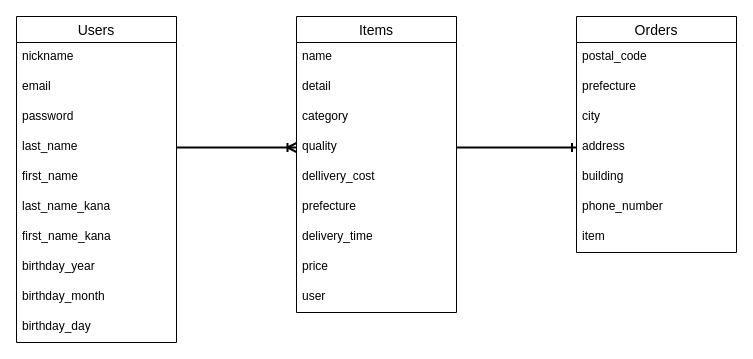
Above: ER.dio in Nuigu/furima-39534 (draw.io), before the change. Source tidied: cells renumbered, new cells numbered last; positions are measured from the earlier drawing's top-left corner, leaving out a move shared by most shapes. Both pictures are drawn from the tidied source at 100%, with x=0, y=0 at pixel (16, 16).
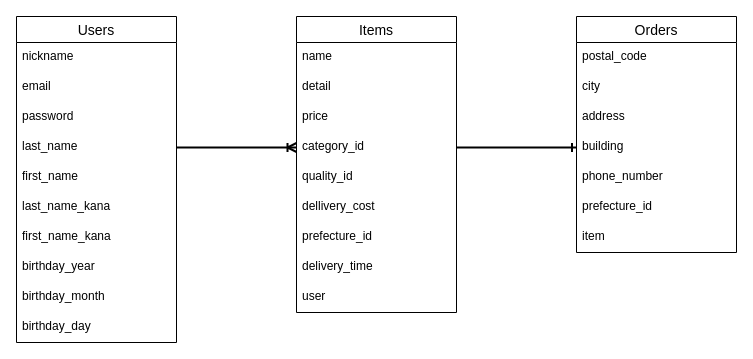
The same page after the edit.

The change refers to these unchanged cells:
```xml
<mxCell id="6" value="last_name" style="text;strokeColor=none;fillColor=none;spacingLeft=4;spacingRight=4;overflow=hidden;points=[[0,0.5],[1,0.5]];portConstraint=eastwest;fontSize=12;" parent="2" vertex="1">
  <mxGeometry y="116" width="160" height="30" as="geometry" />
</mxCell>
<mxCell id="13" value="Items" style="swimlane;fontStyle=0;horizontal=1;startSize=26;align=center;fontSize=14;" parent="1" vertex="1">
  <mxGeometry x="280" width="160" height="296" as="geometry" />
</mxCell>
<mxCell id="24" value="Orders" style="swimlane;fontStyle=0;horizontal=1;startSize=26;align=center;fontSize=14;" parent="1" vertex="1">
  <mxGeometry x="560" width="160" height="236" as="geometry" />
</mxCell>
```

The edit, as a diff of the source:
```diff
@@
+    <mxCell id="21" value="price" style="text;strokeColor=none;fillColor=none;spacingLeft=4;spacingRight=4;overflow=hidden;fontSize=12;" parent="13" vertex="1">
+      <mxGeometry y="86" width="160" height="30" as="geometry" />
+    </mxCell>
-    <mxCell id="16" value="category" style="text;strokeColor=none;fillColor=none;spacingLeft=4;spacingRight=4;overflow=hidden;points=[[0,0.5],[1,0.5]];portConstraint=eastwest;fontSize=12;" parent="13" vertex="1">
-      <mxGeometry y="86" width="160" height="30" as="geometry" />
+    <mxCell id="16" value="category_id" style="text;strokeColor=none;fillColor=none;spacingLeft=4;spacingRight=4;overflow=hidden;points=[[0,0.5],[1,0.5]];portConstraint=eastwest;fontSize=12;" parent="13" vertex="1">
+      <mxGeometry y="116" width="160" height="30" as="geometry" />
     </mxCell>
-    <mxCell id="17" value="quality" style="text;strokeColor=none;fillColor=none;spacingLeft=4;spacingRight=4;overflow=hidden;points=[[0,0.5],[1,0.5]];portConstraint=eastwest;fontSize=12;" parent="13" vertex="1">
-      <mxGeometry y="116" width="160" height="30" as="geometry" />
+    <mxCell id="17" value="quality_id" style="text;strokeColor=none;fillColor=none;spacingLeft=4;spacingRight=4;overflow=hidden;points=[[0,0.5],[1,0.5]];portConstraint=eastwest;fontSize=12;" parent="13" vertex="1">
+      <mxGeometry y="146" width="160" height="30" as="geometry" />
     </mxCell>
     <mxCell id="18" value="dellivery_cost" style="text;strokeColor=none;fillColor=none;spacingLeft=4;spacingRight=4;overflow=hidden;fontSize=12;" parent="13" vertex="1">
-      <mxGeometry y="146" width="160" height="30" as="geometry" />
+      <mxGeometry y="176" width="160" height="30" as="geometry" />
     </mxCell>
-    <mxCell id="19" value="prefecture" style="text;strokeColor=none;fillColor=none;spacingLeft=4;spacingRight=4;overflow=hidden;fontSize=12;" parent="13" vertex="1">
-      <mxGeometry y="176" width="160" height="30" as="geometry" />
+    <mxCell id="19" value="prefecture_id" style="text;strokeColor=none;fillColor=none;spacingLeft=4;spacingRight=4;overflow=hidden;fontSize=12;" parent="13" vertex="1">
+      <mxGeometry y="206" width="160" height="30" as="geometry" />
     </mxCell>
     <mxCell id="20" value="delivery_time" style="text;strokeColor=none;fillColor=none;spacingLeft=4;spacingRight=4;overflow=hidden;fontSize=12;" parent="13" vertex="1">
-      <mxGeometry y="206" width="160" height="30" as="geometry" />
+      <mxGeometry y="236" width="160" height="30" as="geometry" />
     </mxCell>
-    <mxCell id="21" value="price" style="text;strokeColor=none;fillColor=none;spacingLeft=4;spacingRight=4;overflow=hidden;fontSize=12;" parent="13" vertex="1">
-      <mxGeometry y="236" width="160" height="30" as="geometry" />
-    </mxCell>
@@
-    <mxCell id="23" style="edgeStyle=none;html=1;exitX=1;exitY=0.5;exitDx=0;exitDy=0;entryX=0;entryY=0.5;entryDx=0;entryDy=0;endArrow=ERoneToMany;endFill=0;strokeWidth=2;" parent="1" edge="1" source="6" target="17">
+    <mxCell id="23" style="edgeStyle=none;html=1;exitX=1;exitY=0.5;exitDx=0;exitDy=0;entryX=0;entryY=0.5;entryDx=0;entryDy=0;endArrow=ERoneToMany;endFill=0;strokeWidth=2;" parent="1" edge="1" source="6" target="16">
       <mxGeometry relative="1" as="geometry" />
     </mxCell>
@@
-    <mxCell id="26" value="prefecture" style="text;strokeColor=none;fillColor=none;spacingLeft=4;spacingRight=4;overflow=hidden;fontSize=12;" parent="24" vertex="1">
-      <mxGeometry y="56" width="160" height="30" as="geometry" />
-    </mxCell>
     <mxCell id="27" value="city" style="text;strokeColor=none;fillColor=none;spacingLeft=4;spacingRight=4;overflow=hidden;fontSize=12;" parent="24" vertex="1">
-      <mxGeometry y="86" width="160" height="30" as="geometry" />
+      <mxGeometry y="56" width="160" height="30" as="geometry" />
     </mxCell>
     <mxCell id="28" value="address" style="text;strokeColor=none;fillColor=none;spacingLeft=4;spacingRight=4;overflow=hidden;points=[[0,0.5],[1,0.5]];portConstraint=eastwest;fontSize=12;" parent="24" vertex="1">
-      <mxGeometry y="116" width="160" height="30" as="geometry" />
+      <mxGeometry y="86" width="160" height="30" as="geometry" />
     </mxCell>
     <mxCell id="29" value="building" style="text;strokeColor=none;fillColor=none;spacingLeft=4;spacingRight=4;overflow=hidden;fontSize=12;" parent="24" vertex="1">
-      <mxGeometry y="146" width="160" height="30" as="geometry" />
+      <mxGeometry y="116" width="160" height="30" as="geometry" />
     </mxCell>
     <mxCell id="30" value="phone_number" style="text;strokeColor=none;fillColor=none;spacingLeft=4;spacingRight=4;overflow=hidden;fontSize=12;" parent="24" vertex="1">
-      <mxGeometry y="176" width="160" height="30" as="geometry" />
+      <mxGeometry y="146" width="160" height="30" as="geometry" />
     </mxCell>
+    <mxCell id="26" value="prefecture_id" style="text;strokeColor=none;fillColor=none;spacingLeft=4;spacingRight=4;overflow=hidden;fontSize=12;" parent="24" vertex="1">
+      <mxGeometry y="176" width="160" height="30" as="geometry" />
+    </mxCell>
@@
-    <mxCell id="32" style="edgeStyle=none;html=1;exitX=1;exitY=0.5;exitDx=0;exitDy=0;entryX=0;entryY=0.5;entryDx=0;entryDy=0;strokeWidth=2;endArrow=ERone;endFill=0;" parent="1" edge="1" source="17" target="28">
-      <mxGeometry relative="1" as="geometry" />
+    <mxCell id="32" style="edgeStyle=none;html=1;exitX=1;exitY=0.5;exitDx=0;exitDy=0;entryX=0;entryY=0.5;entryDx=0;entryDy=0;strokeWidth=2;endArrow=ERone;endFill=0;" parent="1" edge="1" source="16">
+      <mxGeometry relative="1" as="geometry">
+        <mxPoint x="560" y="131" as="targetPoint" />
+      </mxGeometry>
     </mxCell>
```
